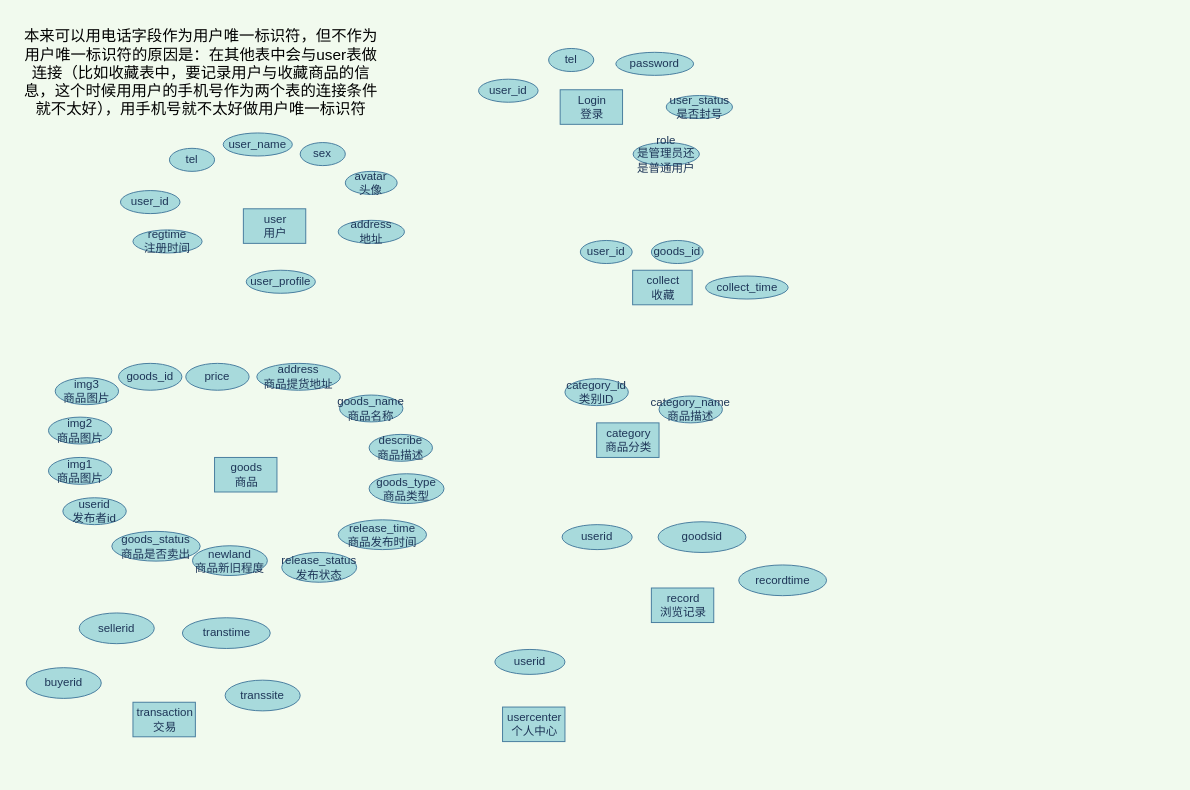
Before: 跳蚤市场数据库ER图.drawio in 200928/image, a draw.io diagram. Source tidied: cells renumbered, new cells numbered last; positions are measured from the earlier drawing's top-left corner, leaving out a move shared by most shapes. Both pictures are drawn from the tidied source at 96%, with x=0, y=0 at pixel (16, 16).
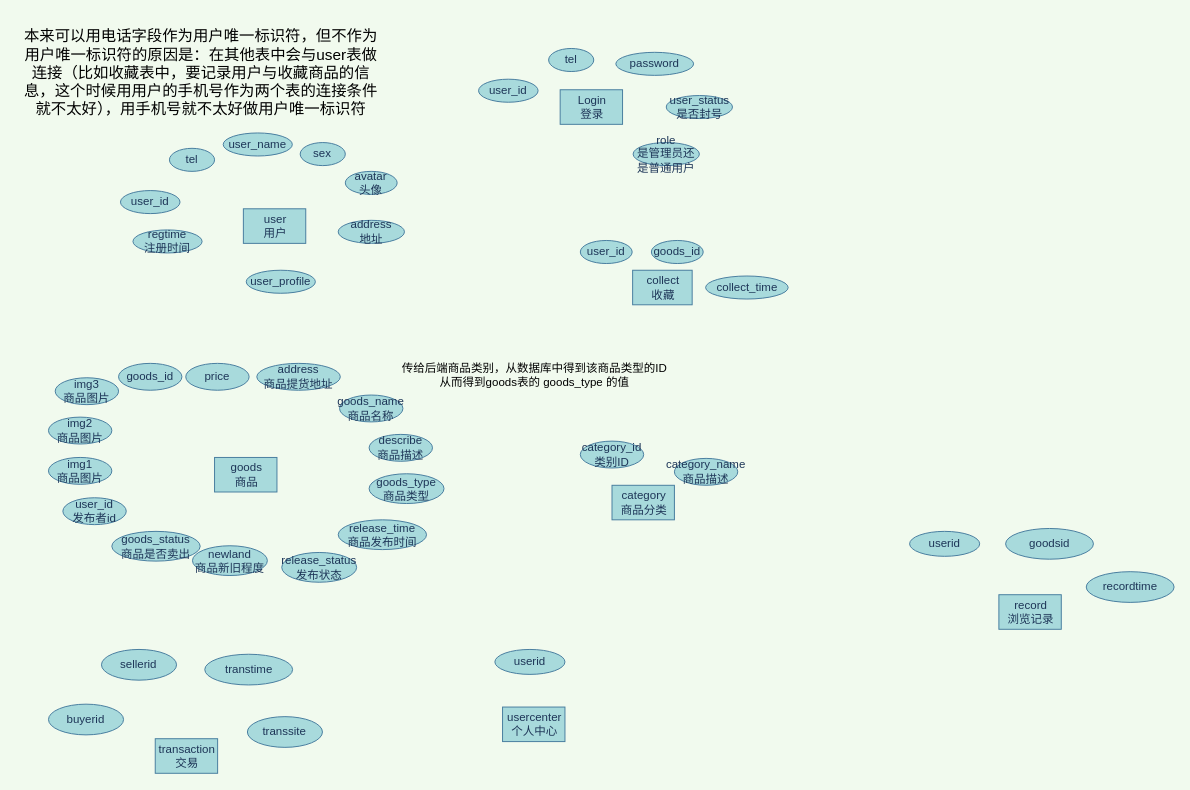
The same diagram, later.

Commit message:
更新跳蚤市场数据库ER图.drawio

What changed in the source:
```diff
@@
     <mxCell id="16" value="record&lt;br&gt;浏览记录" style="html=1;fillColor=#A8DADC;strokeColor=#457B9D;fontColor=#1D3557;" parent="1" vertex="1">
-      <mxGeometry x="661" y="595" width="65" height="36" as="geometry" />
+      <mxGeometry x="1023" y="602" width="65" height="36" as="geometry" />
     </mxCell>
@@
     <mxCell id="23" value="transaction&lt;br&gt;交易" style="html=1;fillColor=#A8DADC;strokeColor=#457B9D;fontColor=#1D3557;" parent="1" vertex="1">
-      <mxGeometry x="121" y="714" width="65" height="36" as="geometry" />
+      <mxGeometry x="144.2" y="752" width="65" height="36" as="geometry" />
     </mxCell>
@@
     <mxCell id="25" value="transtime" style="ellipse;whiteSpace=wrap;html=1;rounded=0;sketch=0;fontColor=#1D3557;strokeColor=#457B9D;fillColor=#A8DADC;" parent="1" vertex="1">
-      <mxGeometry x="172.5" y="626" width="91.5" height="32" as="geometry" />
+      <mxGeometry x="195.8" y="664" width="91.5" height="32" as="geometry" />
     </mxCell>
     <mxCell id="26" value="transsite" style="ellipse;whiteSpace=wrap;html=1;rounded=0;sketch=0;fontColor=#1D3557;strokeColor=#457B9D;fillColor=#A8DADC;" parent="1" vertex="1">
-      <mxGeometry x="217" y="691" width="78.2" height="32" as="geometry" />
+      <mxGeometry x="240.2" y="729" width="78.2" height="32" as="geometry" />
     </mxCell>
     <mxCell id="27" value="buyerid" style="ellipse;whiteSpace=wrap;html=1;rounded=0;sketch=0;fontColor=#1D3557;strokeColor=#457B9D;fillColor=#A8DADC;" parent="1" vertex="1">
-      <mxGeometry x="9.8" y="678" width="78.2" height="32" as="geometry" />
+      <mxGeometry x="33" y="716" width="78.2" height="32" as="geometry" />
     </mxCell>
     <mxCell id="28" value="sellerid" style="ellipse;whiteSpace=wrap;html=1;rounded=0;sketch=0;fontColor=#1D3557;strokeColor=#457B9D;fillColor=#A8DADC;" parent="1" vertex="1">
-      <mxGeometry x="65" y="621" width="78.2" height="32" as="geometry" />
+      <mxGeometry x="88.2" y="659" width="78.2" height="32" as="geometry" />
     </mxCell>
     <mxCell id="29" value="goodsid" style="ellipse;whiteSpace=wrap;html=1;rounded=0;sketch=0;fontColor=#1D3557;strokeColor=#457B9D;fillColor=#A8DADC;" parent="1" vertex="1">
-      <mxGeometry x="668" y="526" width="91.5" height="32" as="geometry" />
+      <mxGeometry x="1030" y="533" width="91.5" height="32" as="geometry" />
     </mxCell>
     <mxCell id="30" value="userid" style="ellipse;whiteSpace=wrap;html=1;rounded=0;sketch=0;fontColor=#1D3557;strokeColor=#457B9D;fillColor=#A8DADC;" parent="1" vertex="1">
-      <mxGeometry x="568" y="529" width="73" height="26" as="geometry" />
+      <mxGeometry x="930" y="536" width="73" height="26" as="geometry" />
     </mxCell>
     <mxCell id="31" value="recordtime" style="ellipse;whiteSpace=wrap;html=1;rounded=0;sketch=0;fontColor=#1D3557;strokeColor=#457B9D;fillColor=#A8DADC;" parent="1" vertex="1">
-      <mxGeometry x="752" y="571" width="91.5" height="32" as="geometry" />
+      <mxGeometry x="1114" y="578" width="91.5" height="32" as="geometry" />
     </mxCell>
@@
-    <mxCell id="34" value="userid&lt;br&gt;发布者id" style="ellipse;whiteSpace=wrap;html=1;rounded=0;sketch=0;fontColor=#1D3557;strokeColor=#457B9D;fillColor=#A8DADC;" parent="1" vertex="1">
+    <mxCell id="34" value="user_id&lt;br&gt;发布者id" style="ellipse;whiteSpace=wrap;html=1;rounded=0;sketch=0;fontColor=#1D3557;strokeColor=#457B9D;fillColor=#A8DADC;" parent="1" vertex="1">
       <mxGeometry x="48" y="501" width="66" height="28" as="geometry" />
     </mxCell>
@@
     <mxCell id="43" value="category&lt;br&gt;商品分类" style="html=1;fillColor=#A8DADC;strokeColor=#457B9D;fontColor=#1D3557;" parent="1" vertex="1">
-      <mxGeometry x="604" y="423" width="65" height="36" as="geometry" />
+      <mxGeometry x="620" y="488" width="65" height="36" as="geometry" />
     </mxCell>
     <mxCell id="44" value="category_name&lt;br&gt;商品描述" style="ellipse;whiteSpace=wrap;html=1;rounded=0;sketch=0;fontColor=#1D3557;strokeColor=#457B9D;fillColor=#A8DADC;" parent="1" vertex="1">
-      <mxGeometry x="669" y="395" width="66" height="28" as="geometry" />
+      <mxGeometry x="685" y="460" width="66" height="28" as="geometry" />
     </mxCell>
     <mxCell id="45" value="category_id&lt;br&gt;类别ID" style="ellipse;whiteSpace=wrap;html=1;rounded=0;sketch=0;fontColor=#1D3557;strokeColor=#457B9D;fillColor=#A8DADC;" parent="1" vertex="1">
-      <mxGeometry x="571" y="377" width="66" height="28" as="geometry" />
+      <mxGeometry x="587" y="442" width="66" height="28" as="geometry" />
     </mxCell>
@@
+    <mxCell id="51" value="传给后端商品类别，从数据库中得到该商品类型的ID&lt;br&gt;从而得到goods表的 goods_type 的值" style="text;html=1;align=center;verticalAlign=middle;strokeColor=none;fillColor=none;" parent="1" vertex="1">
+      <mxGeometry x="395.5" y="357" width="286" height="32" as="geometry" />
+    </mxCell>
```
